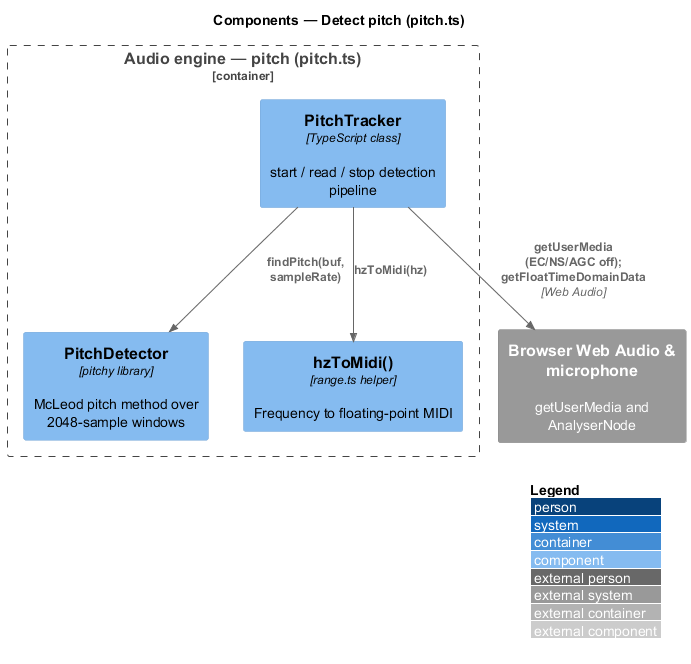
QuinntyneBrown/TwinkleTune keeps this PlantUML diagram as docs/detailed-designs/audio-engine/detect-pitch/diagrams/c4-component.png. Above is the earlier version. The source it was exported from:
```plantuml
@startuml
!include <C4/C4_Component>
LAYOUT_WITH_LEGEND()
title Components — Detect pitch (pitch.ts)

Container_Boundary(engine, "Audio engine — pitch (pitch.ts)") {
  Component(tracker, "PitchTracker", "TypeScript class", "start / read / stop detection pipeline")
  Component(detector, "PitchDetector", "pitchy library", "McLeod pitch method over 2048-sample windows")
  Component(range, "hzToMidi()", "range.ts helper", "Frequency to floating-point MIDI")
}
System_Ext(browser, "Browser Web Audio & microphone", "getUserMedia and AnalyserNode")

Rel(tracker, browser, "getUserMedia (EC/NS/AGC off); getFloatTimeDomainData", "Web Audio")
Rel(tracker, detector, "findPitch(buf, sampleRate)")
Rel(tracker, range, "hzToMidi(hz)")
@enduml
```
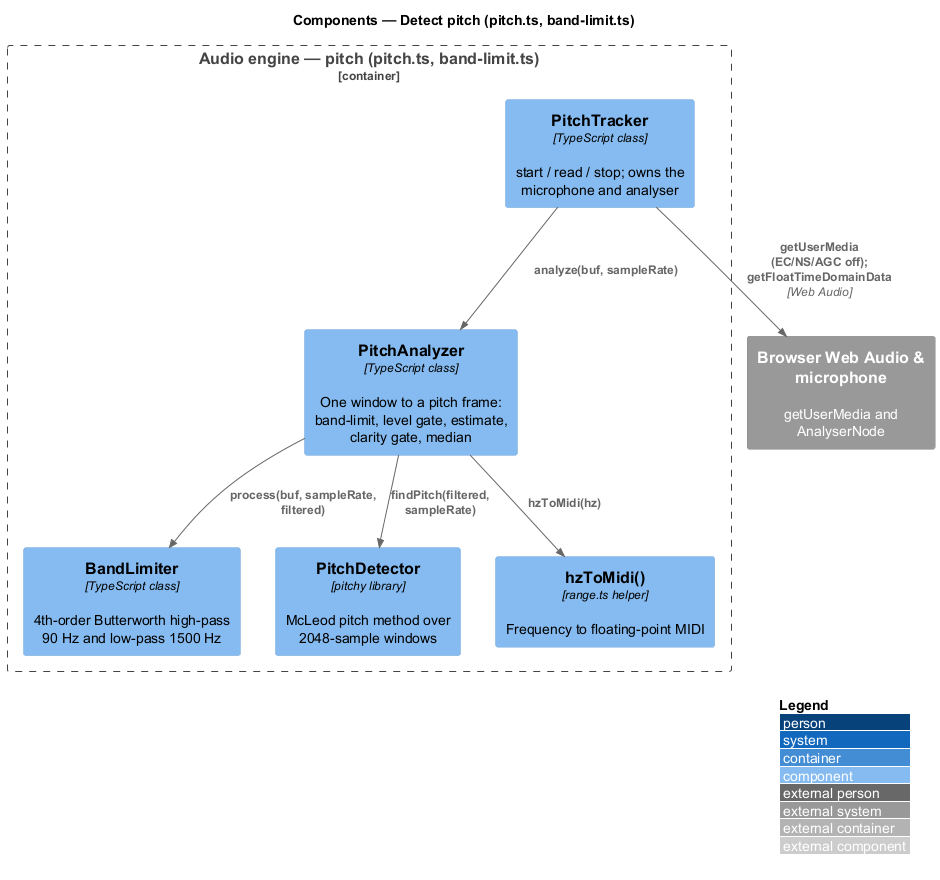
After the change.

Commit message:
Specify band-limited pitch detection (AE-L2-19, AE-L2-20)

Change to the diagram source:
```diff
@@ -1,16 +1,20 @@
 @startuml
 !include <C4/C4_Component>
 LAYOUT_WITH_LEGEND()
-title Components — Detect pitch (pitch.ts)
+title Components — Detect pitch (pitch.ts, band-limit.ts)
 
-Container_Boundary(engine, "Audio engine — pitch (pitch.ts)") {
-  Component(tracker, "PitchTracker", "TypeScript class", "start / read / stop detection pipeline")
+Container_Boundary(engine, "Audio engine — pitch (pitch.ts, band-limit.ts)") {
+  Component(tracker, "PitchTracker", "TypeScript class", "start / read / stop; owns the microphone and analyser")
+  Component(analyzer, "PitchAnalyzer", "TypeScript class", "One window to a pitch frame: band-limit, level gate, estimate, clarity gate, median")
+  Component(band, "BandLimiter", "TypeScript class", "4th-order Butterworth high-pass 90 Hz and low-pass 1500 Hz")
   Component(detector, "PitchDetector", "pitchy library", "McLeod pitch method over 2048-sample windows")
   Component(range, "hzToMidi()", "range.ts helper", "Frequency to floating-point MIDI")
 }
 System_Ext(browser, "Browser Web Audio & microphone", "getUserMedia and AnalyserNode")
 
 Rel(tracker, browser, "getUserMedia (EC/NS/AGC off); getFloatTimeDomainData", "Web Audio")
-Rel(tracker, detector, "findPitch(buf, sampleRate)")
-Rel(tracker, range, "hzToMidi(hz)")
+Rel(tracker, analyzer, "analyze(buf, sampleRate)")
+Rel(analyzer, band, "process(buf, sampleRate, filtered)")
+Rel(analyzer, detector, "findPitch(filtered, sampleRate)")
+Rel(analyzer, range, "hzToMidi(hz)")
 @enduml
```
